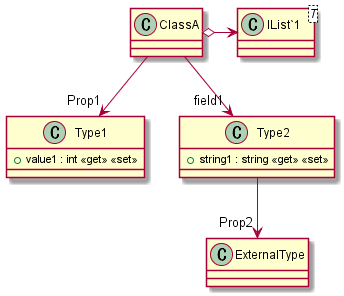
pierre3/PlantUmlClassDiagramGenerator keeps this PlantUML diagram as uml/Associations.png. Above is the earlier version.
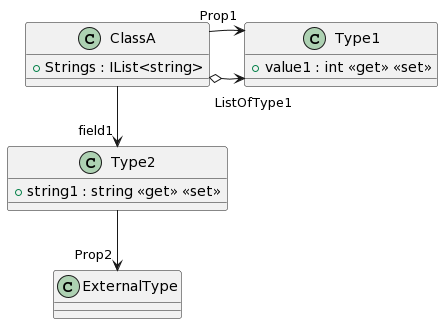
Above is the later version.

Diff of the diagram source:
```diff
@@ -1,5 +1,6 @@
 @startuml
 class ClassA {
+    + Strings : IList<string>
 }
 class Type1 {
     + value1 : int <<get>> <<set>>
@@ -7,9 +8,7 @@
 class Type2 {
     + string1 : string <<get>> <<set>>
 }
-class "IList`1"<T> {
-}
-ClassA o-> "Strings<string>" "IList`1"
+ClassA o-> "ListOfType1" Type1
 ClassA --> "Prop1" Type1
 ClassA --> "field1" Type2
 Type2 --> "Prop2" ExternalType
```
